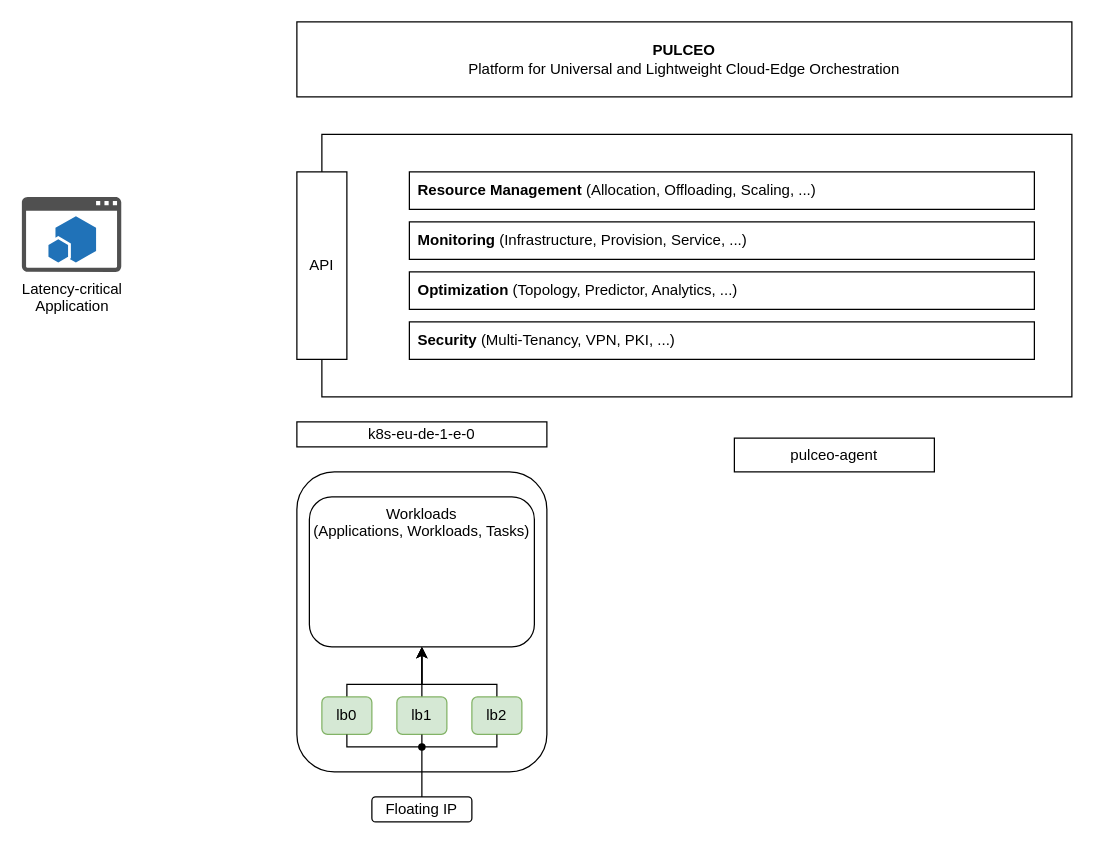
The draw.io diagram page "Page-1" (1 of 2) of src/assets/pulceo-high-level-overview.drawio in spboehm/pulceo-docs, before the edit. Source tidied: cells renumbered, new cells numbered last; positions are measured from the earlier drawing's top-left corner, leaving out a move shared by most shapes. Both pictures are drawn from the tidied source at 125%, with x=0, y=0 at pixel (21, 21).
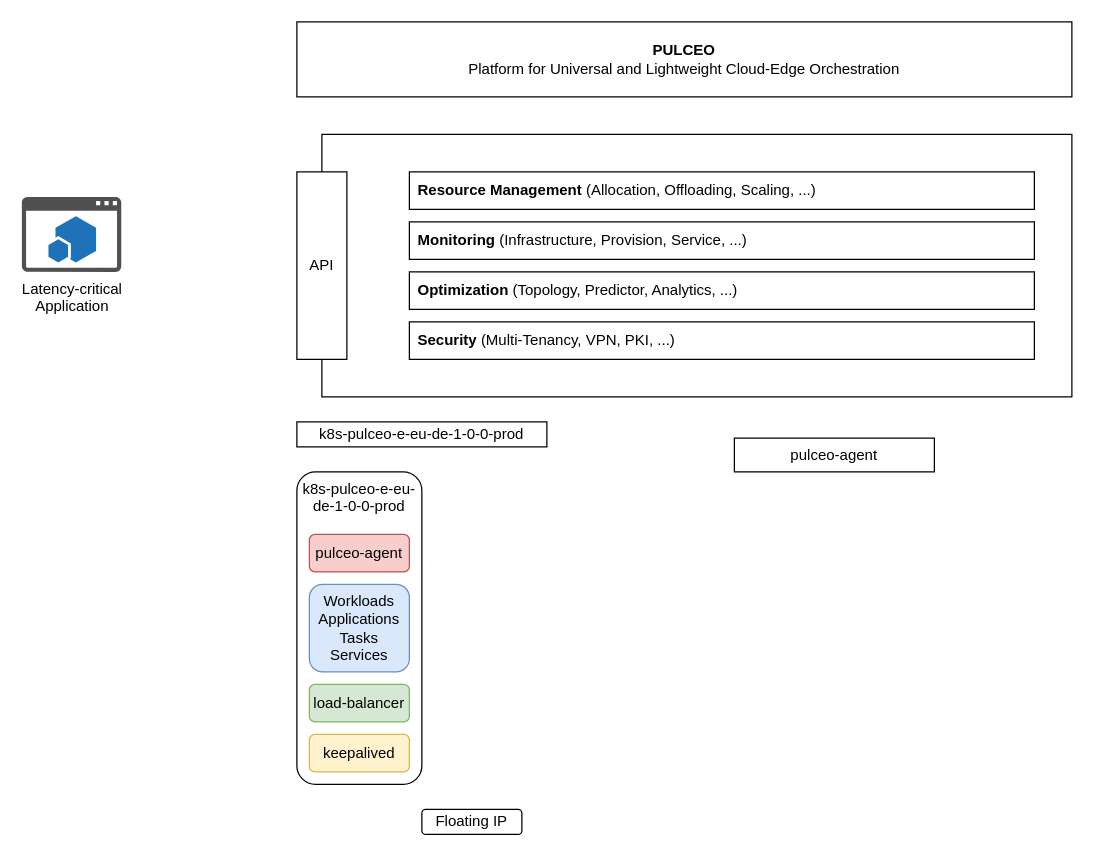
The same page after the edit.

Commit message (it also covers changes not shown here):
update pulceo high-level overview

The edit, as a diff of the source:
```diff
@@
+    <mxCell id="3" value="k8s-pulceo-e-eu-de-1-0-0-prod" style="rounded=1;whiteSpace=wrap;html=1;fillColor=none;verticalAlign=top;fontStyle=0;" parent="1" vertex="1">
+      <mxGeometry x="220" y="360" width="100" height="250" as="geometry" />
+    </mxCell>
-    <mxCell id="2" value="Workloads&lt;br&gt;(Applications, Workloads, Tasks)" style="rounded=1;whiteSpace=wrap;html=1;fillColor=none;verticalAlign=top;" parent="1" vertex="1">
-      <mxGeometry x="230" y="380" width="180" height="120" as="geometry" />
+    <mxCell id="2" value="Workloads&lt;br&gt;Applications&lt;br&gt;Tasks&lt;br&gt;Services" style="rounded=1;whiteSpace=wrap;html=1;fillColor=#dae8fc;verticalAlign=top;strokeColor=#6c8ebf;" parent="1" vertex="1">
+      <mxGeometry x="230" y="450" width="80" height="70" as="geometry" />
     </mxCell>
-    <mxCell id="3" style="rounded=1;whiteSpace=wrap;html=1;fillColor=none;" parent="1" vertex="1">
-      <mxGeometry x="220" y="360" width="200" height="240" as="geometry" />
-    </mxCell>
@@
-    <mxCell id="12" style="edgeStyle=orthogonalEdgeStyle;rounded=0;jettySize=auto;html=1;entryX=0.42;entryY=0.565;entryDx=0;entryDy=0;entryPerimeter=0;" parent="1" edge="1" source="13">
-      <mxGeometry relative="1" as="geometry">
-        <mxPoint x="320" y="500" as="targetPoint" />
-        <Array as="points">
-          <mxPoint x="260" y="530" />
-          <mxPoint x="320" y="530" />
-        </Array>
-      </mxGeometry>
-    </mxCell>
-    <mxCell id="13" value="lb0" style="rounded=1;whiteSpace=wrap;html=1;fillColor=#d5e8d4;strokeColor=#82b366;" parent="1" vertex="1">
-      <mxGeometry x="240" y="540" width="40" height="30" as="geometry" />
+    <mxCell id="13" value="load-balancer" style="rounded=1;whiteSpace=wrap;html=1;fillColor=#d5e8d4;strokeColor=#82b366;" parent="1" vertex="1">
+      <mxGeometry x="230" y="530" width="80" height="30" as="geometry" />
     </mxCell>
-    <mxCell id="14" style="edgeStyle=orthogonalEdgeStyle;rounded=0;jettySize=auto;html=1;entryX=0.48;entryY=0.399;entryDx=0;entryDy=0;entryPerimeter=0;" parent="1" edge="1" source="15">
-      <mxGeometry relative="1" as="geometry">
-        <mxPoint x="320" y="500" as="targetPoint" />
-      </mxGeometry>
-    </mxCell>
-    <mxCell id="15" value="lb1" style="rounded=1;whiteSpace=wrap;html=1;fillColor=#d5e8d4;strokeColor=#82b366;" parent="1" vertex="1">
-      <mxGeometry x="300" y="540" width="40" height="30" as="geometry" />
-    </mxCell>
-    <mxCell id="16" style="edgeStyle=orthogonalEdgeStyle;rounded=0;jettySize=auto;html=1;entryX=0.25;entryY=0.5;entryDx=0;entryDy=0;entryPerimeter=0;" parent="1" edge="1" source="17">
-      <mxGeometry relative="1" as="geometry">
-        <mxPoint x="320" y="500" as="targetPoint" />
-        <Array as="points">
-          <mxPoint x="380" y="530" />
-          <mxPoint x="320" y="530" />
-        </Array>
-      </mxGeometry>
-    </mxCell>
-    <mxCell id="17" value="lb2" style="rounded=1;whiteSpace=wrap;html=1;fillColor=#d5e8d4;strokeColor=#82b366;" parent="1" vertex="1">
-      <mxGeometry x="360" y="540" width="40" height="30" as="geometry" />
-    </mxCell>
-    <mxCell id="18" style="shape=waypoint;sketch=0;fillStyle=solid;size=6;points=[];fillColor=none;perimeter=centerPerimeter;snapToPoint=1;" parent="1" vertex="1">
-      <mxGeometry x="300" y="560" width="40" height="40" as="geometry" />
-    </mxCell>
-    <mxCell id="19" style="endArrow=none;html=1;rounded=0;entryX=0.5;entryY=1;entryDx=0;entryDy=0;" parent="1" edge="1" source="18" target="17">
-      <mxGeometry relative="1" as="geometry">
-        <Array as="points">
-          <mxPoint x="380" y="580" />
-        </Array>
-      </mxGeometry>
-    </mxCell>
-    <mxCell id="20" style="endArrow=none;html=1;rounded=0;entryX=0.5;entryY=1;entryDx=0;entryDy=0;exitX=0.504;exitY=0.596;exitDx=0;exitDy=0;exitPerimeter=0;" parent="1" edge="1" source="18" target="15">
-      <mxGeometry relative="1" as="geometry" />
-    </mxCell>
-    <mxCell id="21" style="endArrow=none;html=1;rounded=0;exitX=0.404;exitY=0.568;exitDx=0;exitDy=0;exitPerimeter=0;entryX=0.5;entryY=1;entryDx=0;entryDy=0;" parent="1" edge="1" source="18" target="13">
-      <mxGeometry relative="1" as="geometry">
-        <Array as="points">
-          <mxPoint x="260" y="580" />
-        </Array>
-      </mxGeometry>
-    </mxCell>
     <mxCell id="22" value="Floating IP" style="rounded=1;whiteSpace=wrap;html=1;fillColor=default;" parent="1" vertex="1">
-      <mxGeometry x="280" y="620" width="80" height="20" as="geometry" />
+      <mxGeometry x="320" y="630" width="80" height="20" as="geometry" />
     </mxCell>
-    <mxCell id="23" style="endArrow=none;html=1;rounded=0;" parent="1" edge="1" source="22" target="18">
-      <mxGeometry relative="1" as="geometry" />
-    </mxCell>
-    <mxCell id="24" value="k8s-eu-de-1-e-0" style="rounded=0;whiteSpace=wrap;html=1;fillColor=default;" parent="1" vertex="1">
+    <mxCell id="24" value="k8s-pulceo-e-eu-de-1-0-0-prod" style="rounded=0;whiteSpace=wrap;html=1;fillColor=default;" parent="1" vertex="1">
       <mxGeometry x="220" y="320" width="200" height="20" as="geometry" />
     </mxCell>
@@
+    <mxCell id="26" value="pulceo-agent" style="rounded=1;whiteSpace=wrap;html=1;fillColor=#f8cecc;strokeColor=#b85450;" parent="1" vertex="1">
+      <mxGeometry x="230" y="410" width="80" height="30" as="geometry" />
+    </mxCell>
+    <mxCell id="27" value="keepalived" style="rounded=1;whiteSpace=wrap;html=1;fillColor=#fff2cc;strokeColor=#d6b656;" parent="1" vertex="1">
+      <mxGeometry x="230" y="570" width="80" height="30" as="geometry" />
+    </mxCell>
```
